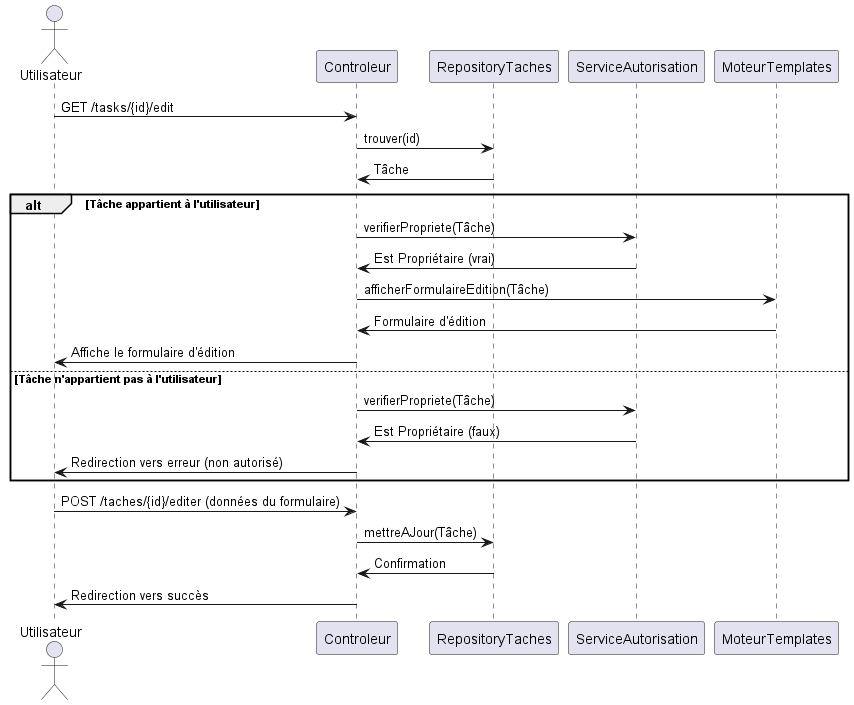
Earlier version of the PlantUML export documentations/diagrammes/séquences/get_tasks_edit.png (Waarrez/P8).
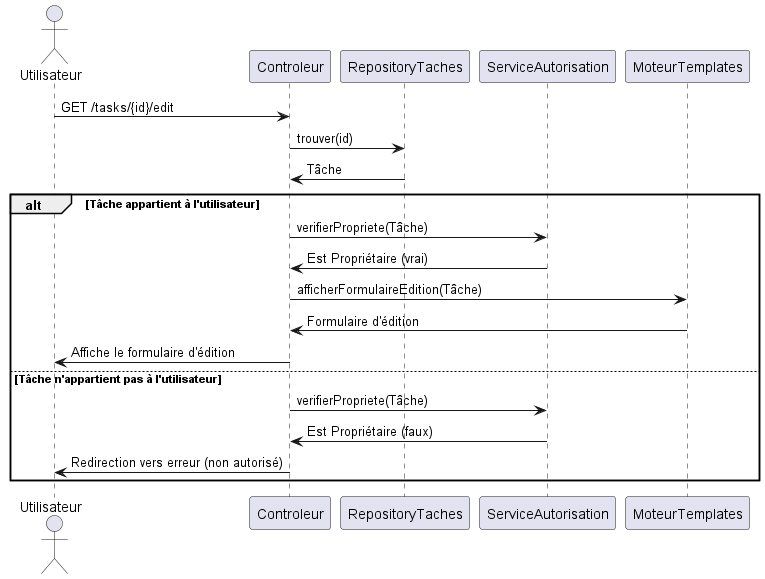
Later version of the same file.

Diff of the diagram source:
```diff
@@ -22,9 +22,4 @@
     Controleur -> Utilisateur : Redirection vers erreur (non autorisé)
 end
 
-Utilisateur -> Controleur : POST /taches/{id}/editer (données du formulaire)
-Controleur -> RepositoryTaches : mettreAJour(Tâche)
-RepositoryTaches -> Controleur : Confirmation
-Controleur -> Utilisateur : Redirection vers succès
-
 @enduml
```
